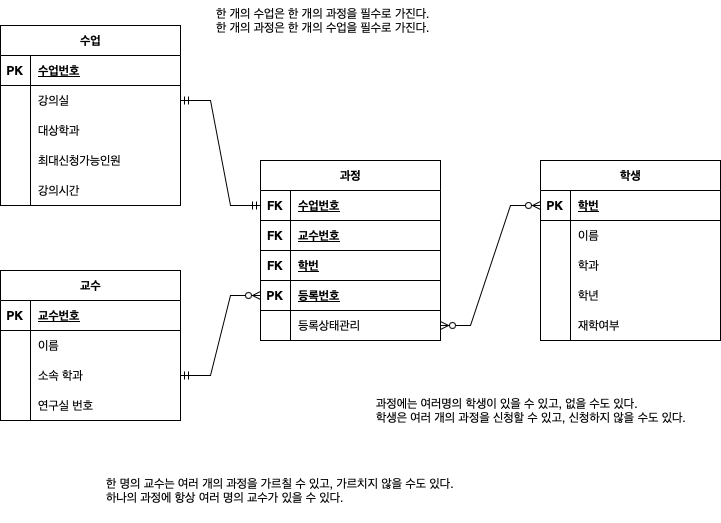
ikkjun/SQL keeps this draw.io diagram as Data Modeling/수강신청.drawio.png. Above is the earlier version. Source tidied: cells renumbered, new cells last; positions are measured from the earlier drawing's top-left corner, leaving out a move shared by most shapes. The source it was exported from:
```xml
<mxGraphModel>
  <root>
    <mxCell id="0" />
    <mxCell id="1" parent="0" />
    <mxCell id="2" value="수업" style="shape=table;startSize=30;rowLines=0;fontStyle=1;align=center;html=1;" parent="1" vertex="1">
      <mxGeometry y="25" width="180" height="180" as="geometry" />
    </mxCell>
    <mxCell id="3" style="shape=tableRow;horizontal=0;startSize=0;swimlaneHead=0;swimlaneBody=0;fillColor=none;top=0;left=0;right=0;bottom=1;" parent="2" vertex="1">
      <mxGeometry y="30" width="180" height="30" as="geometry" />
    </mxCell>
    <mxCell id="4" value="PK" style="shape=partialRectangle;fillColor=none;top=0;left=0;bottom=0;right=0;fontStyle=1;overflow=hidden;whiteSpace=wrap;html=1;" parent="3" vertex="1">
      <mxGeometry width="30" height="30" as="geometry" />
    </mxCell>
    <mxCell id="5" value="수업번호" style="shape=partialRectangle;fillColor=none;top=0;left=0;bottom=0;right=0;align=left;spacingLeft=6;fontStyle=5;overflow=hidden;whiteSpace=wrap;html=1;" parent="3" vertex="1">
      <mxGeometry x="30" width="150" height="30" as="geometry" />
    </mxCell>
    <mxCell id="6" style="shape=tableRow;horizontal=0;startSize=0;swimlaneHead=0;swimlaneBody=0;fillColor=none;points=[[0,0.5],[1,0.5]];portConstraint=eastwest;top=0;left=0;right=0;bottom=0;" parent="2" vertex="1">
      <mxGeometry y="60" width="180" height="30" as="geometry" />
    </mxCell>
    <mxCell id="7" style="shape=partialRectangle;fillColor=none;top=0;left=0;bottom=0;right=0;overflow=hidden;whiteSpace=wrap;html=1;" parent="6" vertex="1">
      <mxGeometry width="30" height="30" as="geometry" />
    </mxCell>
    <mxCell id="8" value="강의실" style="shape=partialRectangle;fillColor=none;top=0;left=0;bottom=0;right=0;align=left;spacingLeft=6;overflow=hidden;whiteSpace=wrap;html=1;" parent="6" vertex="1">
      <mxGeometry x="30" width="150" height="30" as="geometry" />
    </mxCell>
    <mxCell id="9" style="shape=tableRow;horizontal=0;startSize=0;swimlaneHead=0;swimlaneBody=0;fillColor=none;top=0;left=0;right=0;bottom=0;" parent="2" vertex="1">
      <mxGeometry y="90" width="180" height="30" as="geometry" />
    </mxCell>
    <mxCell id="10" style="shape=partialRectangle;fillColor=none;top=0;left=0;bottom=0;right=0;overflow=hidden;whiteSpace=wrap;html=1;" parent="9" vertex="1">
      <mxGeometry width="30" height="30" as="geometry" />
    </mxCell>
    <mxCell id="11" value="대상학과" style="shape=partialRectangle;fillColor=none;top=0;left=0;bottom=0;right=0;align=left;spacingLeft=6;overflow=hidden;whiteSpace=wrap;html=1;" parent="9" vertex="1">
      <mxGeometry x="30" width="150" height="30" as="geometry" />
    </mxCell>
    <mxCell id="12" style="shape=tableRow;horizontal=0;startSize=0;swimlaneHead=0;swimlaneBody=0;fillColor=none;top=0;left=0;right=0;bottom=0;" parent="2" vertex="1">
      <mxGeometry y="120" width="180" height="30" as="geometry" />
    </mxCell>
    <mxCell id="13" style="shape=partialRectangle;fillColor=none;top=0;left=0;bottom=0;right=0;overflow=hidden;whiteSpace=wrap;html=1;" parent="12" vertex="1">
      <mxGeometry width="30" height="30" as="geometry" />
    </mxCell>
    <mxCell id="14" value="최대신청가능인원" style="shape=partialRectangle;fillColor=none;top=0;left=0;bottom=0;right=0;align=left;spacingLeft=6;overflow=hidden;whiteSpace=wrap;html=1;" parent="12" vertex="1">
      <mxGeometry x="30" width="150" height="30" as="geometry" />
    </mxCell>
    <mxCell id="15" style="shape=tableRow;horizontal=0;startSize=0;swimlaneHead=0;swimlaneBody=0;fillColor=none;top=0;left=0;right=0;bottom=0;" parent="2" vertex="1">
      <mxGeometry y="150" width="180" height="30" as="geometry" />
    </mxCell>
    <mxCell id="16" style="shape=partialRectangle;fillColor=none;top=0;left=0;bottom=0;right=0;overflow=hidden;whiteSpace=wrap;html=1;" parent="15" vertex="1">
      <mxGeometry width="30" height="30" as="geometry" />
    </mxCell>
    <mxCell id="17" value="강의시간" style="shape=partialRectangle;fillColor=none;top=0;left=0;bottom=0;right=0;align=left;spacingLeft=6;overflow=hidden;whiteSpace=wrap;html=1;" parent="15" vertex="1">
      <mxGeometry x="30" width="150" height="30" as="geometry" />
    </mxCell>
    <mxCell id="18" value="교수" style="shape=table;startSize=30;rowLines=0;fontStyle=1;align=center;html=1;" parent="1" vertex="1">
      <mxGeometry y="270" width="180" height="150" as="geometry" />
    </mxCell>
    <mxCell id="19" style="shape=tableRow;horizontal=0;startSize=0;swimlaneHead=0;swimlaneBody=0;fillColor=none;top=0;left=0;right=0;bottom=1;" parent="18" vertex="1">
      <mxGeometry y="30" width="180" height="30" as="geometry" />
    </mxCell>
    <mxCell id="20" value="PK" style="shape=partialRectangle;fillColor=none;top=0;left=0;bottom=0;right=0;fontStyle=1;overflow=hidden;whiteSpace=wrap;html=1;" parent="19" vertex="1">
      <mxGeometry width="30" height="30" as="geometry" />
    </mxCell>
    <mxCell id="21" value="교수번호" style="shape=partialRectangle;fillColor=none;top=0;left=0;bottom=0;right=0;align=left;spacingLeft=6;fontStyle=5;overflow=hidden;whiteSpace=wrap;html=1;" parent="19" vertex="1">
      <mxGeometry x="30" width="150" height="30" as="geometry" />
    </mxCell>
    <mxCell id="22" style="shape=tableRow;horizontal=0;startSize=0;swimlaneHead=0;swimlaneBody=0;fillColor=none;top=0;left=0;right=0;bottom=0;" parent="18" vertex="1">
      <mxGeometry y="60" width="180" height="30" as="geometry" />
    </mxCell>
    <mxCell id="23" style="shape=partialRectangle;fillColor=none;top=0;left=0;bottom=0;right=0;overflow=hidden;whiteSpace=wrap;html=1;" parent="22" vertex="1">
      <mxGeometry width="30" height="30" as="geometry" />
    </mxCell>
    <mxCell id="24" value="이름" style="shape=partialRectangle;fillColor=none;top=0;left=0;bottom=0;right=0;align=left;spacingLeft=6;overflow=hidden;whiteSpace=wrap;html=1;" parent="22" vertex="1">
      <mxGeometry x="30" width="150" height="30" as="geometry" />
    </mxCell>
    <mxCell id="25" style="shape=tableRow;horizontal=0;startSize=0;swimlaneHead=0;swimlaneBody=0;fillColor=none;points=[[0,0.5],[1,0.5]];portConstraint=eastwest;top=0;left=0;right=0;bottom=0;" parent="18" vertex="1">
      <mxGeometry y="90" width="180" height="30" as="geometry" />
    </mxCell>
    <mxCell id="26" style="shape=partialRectangle;fillColor=none;top=0;left=0;bottom=0;right=0;overflow=hidden;whiteSpace=wrap;html=1;" parent="25" vertex="1">
      <mxGeometry width="30" height="30" as="geometry" />
    </mxCell>
    <mxCell id="27" value="소속 학과" style="shape=partialRectangle;fillColor=none;top=0;left=0;bottom=0;right=0;align=left;spacingLeft=6;overflow=hidden;whiteSpace=wrap;html=1;" parent="25" vertex="1">
      <mxGeometry x="30" width="150" height="30" as="geometry" />
    </mxCell>
    <mxCell id="28" style="shape=tableRow;horizontal=0;startSize=0;swimlaneHead=0;swimlaneBody=0;fillColor=none;top=0;left=0;right=0;bottom=0;" parent="18" vertex="1">
      <mxGeometry y="120" width="180" height="30" as="geometry" />
    </mxCell>
    <mxCell id="29" style="shape=partialRectangle;fillColor=none;top=0;left=0;bottom=0;right=0;overflow=hidden;whiteSpace=wrap;html=1;" parent="28" vertex="1">
      <mxGeometry width="30" height="30" as="geometry" />
    </mxCell>
    <mxCell id="30" value="연구실 번호" style="shape=partialRectangle;fillColor=none;top=0;left=0;bottom=0;right=0;align=left;spacingLeft=6;overflow=hidden;whiteSpace=wrap;html=1;" parent="28" vertex="1">
      <mxGeometry x="30" width="150" height="30" as="geometry" />
    </mxCell>
    <mxCell id="31" value="학생" style="shape=table;startSize=30;rowLines=0;fontStyle=1;align=center;html=1;" parent="1" vertex="1">
      <mxGeometry x="540" y="160" width="180" height="180" as="geometry" />
    </mxCell>
    <mxCell id="32" style="shape=tableRow;horizontal=0;startSize=0;swimlaneHead=0;swimlaneBody=0;fillColor=none;points=[[0,0.5],[1,0.5]];portConstraint=eastwest;top=0;left=0;right=0;bottom=1;" parent="31" vertex="1">
      <mxGeometry y="30" width="180" height="30" as="geometry" />
    </mxCell>
    <mxCell id="33" value="PK" style="shape=partialRectangle;fillColor=none;top=0;left=0;bottom=0;right=0;fontStyle=1;overflow=hidden;whiteSpace=wrap;html=1;" parent="32" vertex="1">
      <mxGeometry width="30" height="30" as="geometry" />
    </mxCell>
    <mxCell id="34" value="학번" style="shape=partialRectangle;fillColor=none;top=0;left=0;bottom=0;right=0;align=left;spacingLeft=6;fontStyle=5;overflow=hidden;whiteSpace=wrap;html=1;" parent="32" vertex="1">
      <mxGeometry x="30" width="150" height="30" as="geometry" />
    </mxCell>
    <mxCell id="35" style="shape=tableRow;horizontal=0;startSize=0;swimlaneHead=0;swimlaneBody=0;fillColor=none;top=0;left=0;right=0;bottom=0;" parent="31" vertex="1">
      <mxGeometry y="60" width="180" height="30" as="geometry" />
    </mxCell>
    <mxCell id="36" style="shape=partialRectangle;fillColor=none;top=0;left=0;bottom=0;right=0;overflow=hidden;whiteSpace=wrap;html=1;" parent="35" vertex="1">
      <mxGeometry width="30" height="30" as="geometry" />
    </mxCell>
    <mxCell id="37" value="이름&amp;nbsp;" style="shape=partialRectangle;fillColor=none;top=0;left=0;bottom=0;right=0;align=left;spacingLeft=6;overflow=hidden;whiteSpace=wrap;html=1;" parent="35" vertex="1">
      <mxGeometry x="30" width="150" height="30" as="geometry" />
    </mxCell>
    <mxCell id="38" style="shape=tableRow;horizontal=0;startSize=0;swimlaneHead=0;swimlaneBody=0;fillColor=none;top=0;left=0;right=0;bottom=0;" parent="31" vertex="1">
      <mxGeometry y="90" width="180" height="30" as="geometry" />
    </mxCell>
    <mxCell id="39" style="shape=partialRectangle;fillColor=none;top=0;left=0;bottom=0;right=0;overflow=hidden;whiteSpace=wrap;html=1;" parent="38" vertex="1">
      <mxGeometry width="30" height="30" as="geometry" />
    </mxCell>
    <mxCell id="40" value="학과" style="shape=partialRectangle;fillColor=none;top=0;left=0;bottom=0;right=0;align=left;spacingLeft=6;overflow=hidden;whiteSpace=wrap;html=1;" parent="38" vertex="1">
      <mxGeometry x="30" width="150" height="30" as="geometry" />
    </mxCell>
    <mxCell id="41" style="shape=tableRow;horizontal=0;startSize=0;swimlaneHead=0;swimlaneBody=0;fillColor=none;top=0;left=0;right=0;bottom=0;" parent="31" vertex="1">
      <mxGeometry y="120" width="180" height="30" as="geometry" />
    </mxCell>
    <mxCell id="42" style="shape=partialRectangle;fillColor=none;top=0;left=0;bottom=0;right=0;overflow=hidden;whiteSpace=wrap;html=1;" parent="41" vertex="1">
      <mxGeometry width="30" height="30" as="geometry" />
    </mxCell>
    <mxCell id="43" value="학년" style="shape=partialRectangle;fillColor=none;top=0;left=0;bottom=0;right=0;align=left;spacingLeft=6;overflow=hidden;whiteSpace=wrap;html=1;" parent="41" vertex="1">
      <mxGeometry x="30" width="150" height="30" as="geometry" />
    </mxCell>
    <mxCell id="44" style="shape=tableRow;horizontal=0;startSize=0;swimlaneHead=0;swimlaneBody=0;fillColor=none;top=0;left=0;right=0;bottom=0;" parent="31" vertex="1">
      <mxGeometry y="150" width="180" height="30" as="geometry" />
    </mxCell>
    <mxCell id="45" style="shape=partialRectangle;fillColor=none;top=0;left=0;bottom=0;right=0;overflow=hidden;whiteSpace=wrap;html=1;" parent="44" vertex="1">
      <mxGeometry width="30" height="30" as="geometry" />
    </mxCell>
    <mxCell id="46" value="재학여부" style="shape=partialRectangle;fillColor=none;top=0;left=0;bottom=0;right=0;align=left;spacingLeft=6;overflow=hidden;whiteSpace=wrap;html=1;" parent="44" vertex="1">
      <mxGeometry x="30" width="150" height="30" as="geometry" />
    </mxCell>
    <mxCell id="47" value="한 개의 수업은 한 개의 과정을 필수로 가진다.&lt;br&gt;한 개의 과정은 한 개의 수업을 필수로 가진다." style="text;strokeColor=none;fillColor=none;spacingLeft=4;spacingRight=4;overflow=hidden;fontSize=12;whiteSpace=wrap;html=1;" parent="1" vertex="1">
      <mxGeometry x="210" width="230" height="50" as="geometry" />
    </mxCell>
    <mxCell id="48" value="과정" style="shape=table;startSize=30;rowLines=0;fontStyle=1;align=center;html=1;" parent="1" vertex="1">
      <mxGeometry x="260" y="160" width="180" height="180" as="geometry" />
    </mxCell>
    <mxCell id="49" style="shape=tableRow;horizontal=0;startSize=0;swimlaneHead=0;swimlaneBody=0;fillColor=none;points=[[0,0.5],[1,0.5]];portConstraint=eastwest;top=0;left=0;right=0;bottom=1;" parent="48" vertex="1">
      <mxGeometry y="30" width="180" height="30" as="geometry" />
    </mxCell>
    <mxCell id="50" value="FK" style="shape=partialRectangle;fillColor=none;top=0;left=0;bottom=0;right=0;fontStyle=1;overflow=hidden;whiteSpace=wrap;html=1;" parent="49" vertex="1">
      <mxGeometry width="30" height="30" as="geometry" />
    </mxCell>
    <mxCell id="51" value="수업번호" style="shape=partialRectangle;fillColor=none;top=0;left=0;bottom=0;right=0;align=left;spacingLeft=6;fontStyle=5;overflow=hidden;whiteSpace=wrap;html=1;" parent="49" vertex="1">
      <mxGeometry x="30" width="150" height="30" as="geometry" />
    </mxCell>
    <mxCell id="52" style="shape=tableRow;horizontal=0;startSize=0;swimlaneHead=0;swimlaneBody=0;fillColor=none;top=0;left=0;right=0;bottom=1;" parent="48" vertex="1">
      <mxGeometry y="60" width="180" height="30" as="geometry" />
    </mxCell>
    <mxCell id="53" value="FK" style="shape=partialRectangle;fillColor=none;top=0;left=0;bottom=0;right=0;fontStyle=1;overflow=hidden;whiteSpace=wrap;html=1;" parent="52" vertex="1">
      <mxGeometry width="30" height="30" as="geometry" />
    </mxCell>
    <mxCell id="54" value="교수번호" style="shape=partialRectangle;fillColor=none;top=0;left=0;bottom=0;right=0;align=left;spacingLeft=6;fontStyle=5;overflow=hidden;whiteSpace=wrap;html=1;" parent="52" vertex="1">
      <mxGeometry x="30" width="150" height="30" as="geometry" />
    </mxCell>
    <mxCell id="55" style="shape=tableRow;horizontal=0;startSize=0;swimlaneHead=0;swimlaneBody=0;fillColor=none;top=0;left=0;right=0;bottom=1;" parent="48" vertex="1">
      <mxGeometry y="90" width="180" height="30" as="geometry" />
    </mxCell>
    <mxCell id="56" value="FK" style="shape=partialRectangle;fillColor=none;top=0;left=0;bottom=0;right=0;fontStyle=1;overflow=hidden;whiteSpace=wrap;html=1;" parent="55" vertex="1">
      <mxGeometry width="30" height="30" as="geometry" />
    </mxCell>
    <mxCell id="57" value="학번" style="shape=partialRectangle;fillColor=none;top=0;left=0;bottom=0;right=0;align=left;spacingLeft=6;fontStyle=5;overflow=hidden;whiteSpace=wrap;html=1;" parent="55" vertex="1">
      <mxGeometry x="30" width="150" height="30" as="geometry" />
    </mxCell>
    <mxCell id="58" style="shape=tableRow;horizontal=0;startSize=0;swimlaneHead=0;swimlaneBody=0;fillColor=none;points=[[0,0.5],[1,0.5]];portConstraint=eastwest;top=0;left=0;right=0;bottom=1;" parent="48" vertex="1">
      <mxGeometry y="120" width="180" height="30" as="geometry" />
    </mxCell>
    <mxCell id="59" value="PK" style="shape=partialRectangle;fillColor=none;top=0;left=0;bottom=0;right=0;fontStyle=1;overflow=hidden;whiteSpace=wrap;html=1;" parent="58" vertex="1">
      <mxGeometry width="30" height="30" as="geometry" />
    </mxCell>
    <mxCell id="60" value="등록번호" style="shape=partialRectangle;fillColor=none;top=0;left=0;bottom=0;right=0;align=left;spacingLeft=6;fontStyle=5;overflow=hidden;whiteSpace=wrap;html=1;" parent="58" vertex="1">
      <mxGeometry x="30" width="150" height="30" as="geometry" />
    </mxCell>
    <mxCell id="61" style="shape=tableRow;horizontal=0;startSize=0;swimlaneHead=0;swimlaneBody=0;fillColor=none;points=[[0,0.5],[1,0.5]];portConstraint=eastwest;top=0;left=0;right=0;bottom=0;" parent="48" vertex="1">
      <mxGeometry y="150" width="180" height="30" as="geometry" />
    </mxCell>
    <mxCell id="62" style="shape=partialRectangle;fillColor=none;top=0;left=0;bottom=0;right=0;overflow=hidden;whiteSpace=wrap;html=1;" parent="61" vertex="1">
      <mxGeometry width="30" height="30" as="geometry" />
    </mxCell>
    <mxCell id="63" value="등록상태관리" style="shape=partialRectangle;fillColor=none;top=0;left=0;bottom=0;right=0;align=left;spacingLeft=6;overflow=hidden;whiteSpace=wrap;html=1;" parent="61" vertex="1">
      <mxGeometry x="30" width="150" height="30" as="geometry" />
    </mxCell>
    <mxCell id="64" value="한 명의 교수는 여러 개의 과정을 가르칠 수 있고, 가르치지 않을 수도 있다.&amp;nbsp;&lt;br&gt;하나의 과정에 항상 여러 명의 교수가 있을 수 있다.&amp;nbsp;" style="text;strokeColor=none;fillColor=none;spacingLeft=4;spacingRight=4;overflow=hidden;fontSize=12;whiteSpace=wrap;html=1;" parent="1" vertex="1">
      <mxGeometry x="100" y="470" width="380" height="50" as="geometry" />
    </mxCell>
    <mxCell id="65" style="edgeStyle=entityRelationEdgeStyle;fontSize=12;html=1;endArrow=ERmandOne;startArrow=ERmandOne;rounded=0;entryX=0;entryY=0.5;entryDx=0;entryDy=0;exitX=1;exitY=0.5;exitDx=0;exitDy=0;" parent="1" edge="1" source="6" target="49">
      <mxGeometry relative="1" as="geometry" />
    </mxCell>
    <mxCell id="66" style="edgeStyle=entityRelationEdgeStyle;fontSize=12;html=1;endArrow=ERzeroToMany;startArrow=ERmandOne;rounded=0;entryX=0;entryY=0.5;entryDx=0;entryDy=0;exitX=1;exitY=0.5;exitDx=0;exitDy=0;" parent="1" edge="1" source="25" target="58">
      <mxGeometry relative="1" as="geometry" />
    </mxCell>
    <mxCell id="67" value="과정에는 여러명의 학생이 있을 수 있고, 없을 수도 있다. &lt;br&gt;학생은 여러 개의 과정을 신청할 수 있고, 신청하지 않을 수도 있다." style="text;strokeColor=none;fillColor=none;spacingLeft=4;spacingRight=4;overflow=hidden;fontSize=12;whiteSpace=wrap;html=1;" parent="1" vertex="1">
      <mxGeometry x="370" y="390" width="350" height="50" as="geometry" />
    </mxCell>
    <mxCell id="68" style="edgeStyle=entityRelationEdgeStyle;fontSize=12;html=1;endArrow=ERzeroToMany;endFill=1;startArrow=ERzeroToMany;rounded=0;entryX=0;entryY=0.5;entryDx=0;entryDy=0;exitX=1;exitY=0.5;exitDx=0;exitDy=0;" parent="1" edge="1" source="61" target="32">
      <mxGeometry relative="1" as="geometry">
        <Array as="points">
          <mxPoint x="400" y="250" />
        </Array>
      </mxGeometry>
    </mxCell>
  </root>
</mxGraphModel>
```
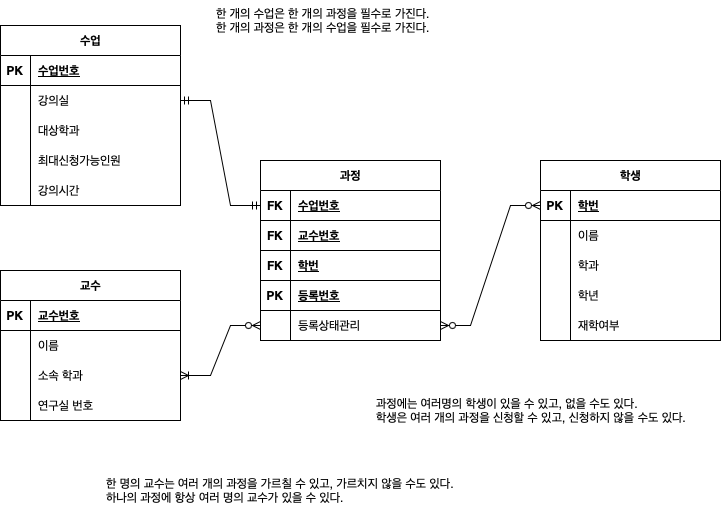
After the change.

Commit message:
수강신청.drawio.png 업데이트

What changed in the source:
```diff
@@ -194,9 +194,6 @@
     <mxCell id="65" style="edgeStyle=entityRelationEdgeStyle;fontSize=12;html=1;endArrow=ERmandOne;startArrow=ERmandOne;rounded=0;entryX=0;entryY=0.5;entryDx=0;entryDy=0;exitX=1;exitY=0.5;exitDx=0;exitDy=0;" parent="1" edge="1" source="6" target="49">
       <mxGeometry relative="1" as="geometry" />
     </mxCell>
-    <mxCell id="66" style="edgeStyle=entityRelationEdgeStyle;fontSize=12;html=1;endArrow=ERzeroToMany;startArrow=ERmandOne;rounded=0;entryX=0;entryY=0.5;entryDx=0;entryDy=0;exitX=1;exitY=0.5;exitDx=0;exitDy=0;" parent="1" edge="1" source="25" target="58">
-      <mxGeometry relative="1" as="geometry" />
-    </mxCell>
     <mxCell id="67" value="과정에는 여러명의 학생이 있을 수 있고, 없을 수도 있다. &lt;br&gt;학생은 여러 개의 과정을 신청할 수 있고, 신청하지 않을 수도 있다." style="text;strokeColor=none;fillColor=none;spacingLeft=4;spacingRight=4;overflow=hidden;fontSize=12;whiteSpace=wrap;html=1;" parent="1" vertex="1">
       <mxGeometry x="370" y="390" width="350" height="50" as="geometry" />
     </mxCell>
@@ -207,5 +204,8 @@
         </Array>
       </mxGeometry>
     </mxCell>
+    <mxCell id="69" style="edgeStyle=entityRelationEdgeStyle;fontSize=12;html=1;endArrow=ERoneToMany;startArrow=ERzeroToMany;rounded=0;exitX=0;exitY=0.5;exitDx=0;exitDy=0;entryX=1;entryY=0.5;entryDx=0;entryDy=0;" parent="1" edge="1" source="61" target="25">
+      <mxGeometry relative="1" as="geometry" />
+    </mxCell>
   </root>
 </mxGraphModel>
```
